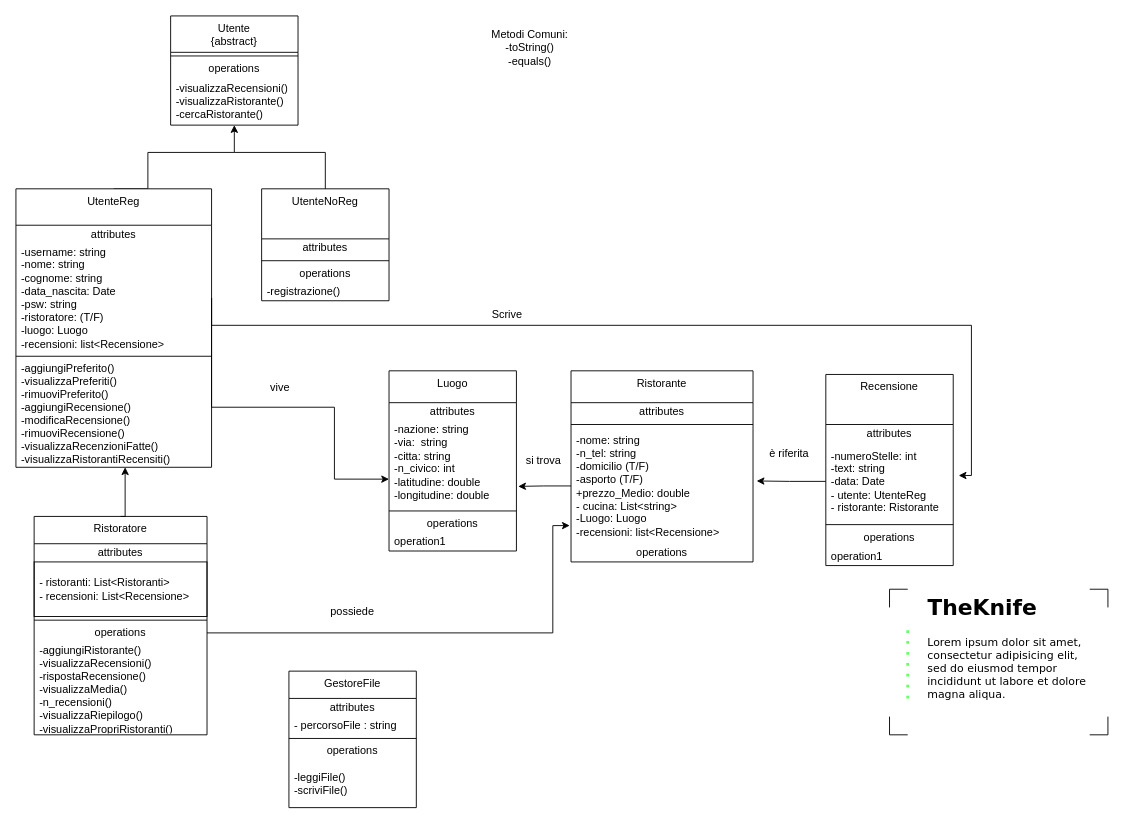
The draw.io diagram doc/UML.drawio in Tommaso-Ossuzio/TheKnife, before the edit. Source tidied: cells renumbered, new cells numbered last; positions are measured from the earlier drawing's top-left corner, leaving out a move shared by most shapes. Both pictures are drawn from the tidied source at 91%, with x=0, y=0 at pixel (15, 15).
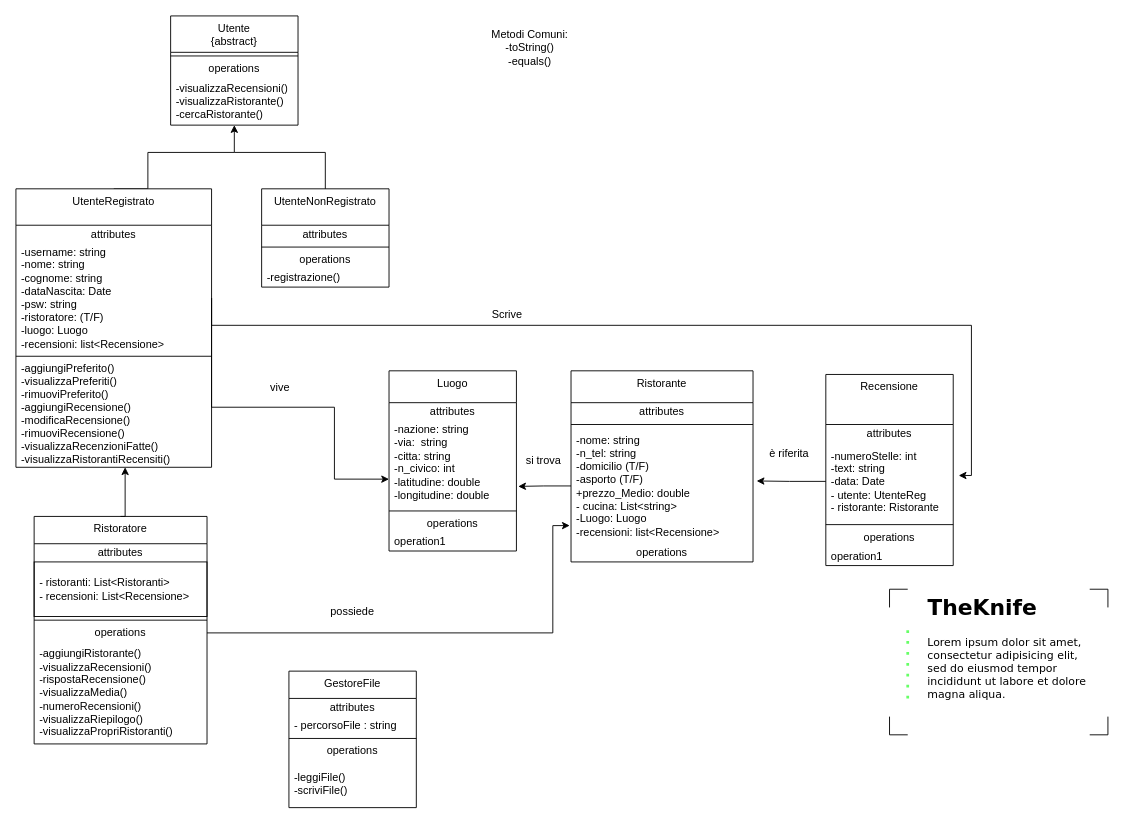
The same page after the edit.

Commit message (it also covers changes not shown here):
Implementazione Classe Ristoratore, modifica metodi classe utente/utentiReg /nonReg

Diff of the diagram source:
```diff
@@
-    <mxCell id="31" value="UtenteReg" style="swimlane;fontStyle=0;align=center;verticalAlign=top;horizontal=1;startSize=40;html=1;whiteSpace=wrap;" parent="1" vertex="1">
+    <mxCell id="31" value="UtenteRegistrato" style="swimlane;fontStyle=0;align=center;verticalAlign=top;horizontal=1;startSize=40;html=1;whiteSpace=wrap;" parent="1" vertex="1">
       <mxGeometry y="190" width="215" height="306" as="geometry" />
     </mxCell>
@@
-    <mxCell id="33" value="&lt;div&gt;&lt;span style=&quot;color: light-dark(rgb(0, 0, 0), rgb(255, 255, 255)); background-color: transparent;&quot;&gt;-username: string&lt;/span&gt;&lt;/div&gt;&lt;div&gt;&lt;span style=&quot;color: light-dark(rgb(0, 0, 0), rgb(255, 255, 255)); background-color: transparent;&quot;&gt;-nome: string&lt;/span&gt;&lt;/div&gt;&lt;div style=&quot;&quot;&gt;&lt;font style=&quot;color: light-dark(rgb(0, 0, 0), rgb(255, 255, 255));&quot;&gt;-cognome: string&lt;/font&gt;&lt;/div&gt;&lt;div style=&quot;&quot;&gt;&lt;font style=&quot;color: light-dark(rgb(0, 0, 0), rgb(255, 255, 255));&quot;&gt;-data_nascita: Date&lt;/font&gt;&lt;/div&gt;&lt;div style=&quot;&quot;&gt;&lt;font style=&quot;color: light-dark(rgb(0, 0, 0), rgb(255, 255, 255));&quot;&gt;-psw: string&lt;/font&gt;&lt;/div&gt;&lt;div style=&quot;&quot;&gt;&lt;font style=&quot;color: light-dark(rgb(0, 0, 0), rgb(255, 255, 255));&quot;&gt;-ristoratore: (T/F)&lt;/font&gt;&lt;/div&gt;&lt;div style=&quot;&quot;&gt;&lt;font style=&quot;&quot;&gt;-luogo: Luogo&lt;font color=&quot;#7f7f7f&quot;&gt;&amp;nbsp;&lt;/font&gt;&lt;/font&gt;&lt;/div&gt;&lt;div style=&quot;&quot;&gt;&lt;font style=&quot;&quot;&gt;-recensioni: list&amp;lt;Recensione&amp;gt;&lt;/font&gt;&lt;/div&gt;" style="text;html=1;strokeColor=none;fillColor=none;align=left;verticalAlign=middle;spacingLeft=4;spacingRight=4;overflow=hidden;points=[[0,0.5],[1,0.5]];portConstraint=eastwest;whiteSpace=wrap;" parent="31" vertex="1">
+    <mxCell id="33" value="&lt;div&gt;&lt;span style=&quot;color: light-dark(rgb(0, 0, 0), rgb(255, 255, 255)); background-color: transparent;&quot;&gt;-username: string&lt;/span&gt;&lt;/div&gt;&lt;div&gt;&lt;span style=&quot;color: light-dark(rgb(0, 0, 0), rgb(255, 255, 255)); background-color: transparent;&quot;&gt;-nome: string&lt;/span&gt;&lt;/div&gt;&lt;div style=&quot;&quot;&gt;&lt;font style=&quot;color: light-dark(rgb(0, 0, 0), rgb(255, 255, 255));&quot;&gt;-cognome: string&lt;/font&gt;&lt;/div&gt;&lt;div style=&quot;&quot;&gt;&lt;font style=&quot;color: light-dark(rgb(0, 0, 0), rgb(255, 255, 255));&quot;&gt;-dataNascita: Date&lt;/font&gt;&lt;/div&gt;&lt;div style=&quot;&quot;&gt;&lt;font style=&quot;color: light-dark(rgb(0, 0, 0), rgb(255, 255, 255));&quot;&gt;-psw: string&lt;/font&gt;&lt;/div&gt;&lt;div style=&quot;&quot;&gt;&lt;font style=&quot;color: light-dark(rgb(0, 0, 0), rgb(255, 255, 255));&quot;&gt;-ristoratore: (T/F)&lt;/font&gt;&lt;/div&gt;&lt;div style=&quot;&quot;&gt;&lt;font style=&quot;&quot;&gt;-luogo: Luogo&lt;font color=&quot;#7f7f7f&quot;&gt;&amp;nbsp;&lt;/font&gt;&lt;/font&gt;&lt;/div&gt;&lt;div style=&quot;&quot;&gt;&lt;font style=&quot;&quot;&gt;-recensioni: list&amp;lt;Recensione&amp;gt;&lt;/font&gt;&lt;/div&gt;" style="text;html=1;strokeColor=none;fillColor=none;align=left;verticalAlign=middle;spacingLeft=4;spacingRight=4;overflow=hidden;points=[[0,0.5],[1,0.5]];portConstraint=eastwest;whiteSpace=wrap;" parent="31" vertex="1">
       <mxGeometry y="60" width="215" height="120" as="geometry" />
     </mxCell>
@@
-    <mxCell id="36" value="&lt;span style=&quot;text-align: left;&quot;&gt;UtenteNoReg&lt;/span&gt;" style="swimlane;fontStyle=0;align=center;verticalAlign=top;horizontal=1;startSize=55;html=1;whiteSpace=wrap;" parent="1" vertex="1">
-      <mxGeometry x="270" y="190" width="140" height="123" as="geometry" />
+    <mxCell id="36" value="&lt;span style=&quot;text-align: left;&quot;&gt;UtenteNonRegistrato&lt;/span&gt;" style="swimlane;fontStyle=0;align=center;verticalAlign=top;horizontal=1;startSize=40;html=1;whiteSpace=wrap;" parent="1" vertex="1">
+      <mxGeometry x="270" y="190" width="140" height="108" as="geometry" />
     </mxCell>
     <mxCell id="37" value="attributes" style="text;html=1;strokeColor=none;fillColor=none;align=center;verticalAlign=middle;spacingLeft=4;spacingRight=4;overflow=hidden;whiteSpace=wrap;" parent="36" vertex="1">
-      <mxGeometry y="55" width="140" height="20" as="geometry" />
+      <mxGeometry y="40" width="140" height="20" as="geometry" />
     </mxCell>
     <mxCell id="38" style="line;strokeWidth=1;fillColor=none;align=left;verticalAlign=middle;spacingTop=-1;spacingLeft=3;spacingRight=3;labelPosition=right;" parent="36" vertex="1">
-      <mxGeometry y="75" width="140" height="8" as="geometry" />
+      <mxGeometry y="60" width="140" height="8" as="geometry" />
     </mxCell>
     <mxCell id="39" value="operations" style="text;html=1;strokeColor=none;fillColor=none;align=center;verticalAlign=middle;spacingLeft=4;spacingRight=4;overflow=hidden;whiteSpace=wrap;" parent="36" vertex="1">
-      <mxGeometry y="83" width="140" height="20" as="geometry" />
+      <mxGeometry y="68" width="140" height="20" as="geometry" />
     </mxCell>
     <mxCell id="40" value="-registrazione()" style="text;html=1;strokeColor=none;fillColor=none;align=left;verticalAlign=middle;spacingLeft=4;spacingRight=4;overflow=hidden;whiteSpace=wrap;" parent="36" vertex="1">
-      <mxGeometry y="103" width="140" height="20" as="geometry" />
+      <mxGeometry y="88" width="140" height="20" as="geometry" />
     </mxCell>
     <mxCell id="41" value="Ristoratore" style="swimlane;fontStyle=0;align=center;verticalAlign=top;horizontal=1;startSize=30;html=1;whiteSpace=wrap;" parent="1" vertex="1">
-      <mxGeometry x="20" y="550" width="190" height="240" as="geometry" />
+      <mxGeometry x="20" y="550" width="190" height="250" as="geometry" />
     </mxCell>
@@
-    <mxCell id="46" value="-aggiungiRistorante()&lt;div&gt;-visualizzaRecensioni()&lt;/div&gt;&lt;div&gt;-rispostaRecensione()&lt;/div&gt;&lt;div&gt;-visualizzaMedia()&lt;/div&gt;&lt;div&gt;-n_recensioni()&lt;/div&gt;&lt;div&gt;-visualizzaRiepilogo()&lt;/div&gt;&lt;div&gt;-visualizzaPropriRistoranti()&lt;/div&gt;" style="text;html=1;strokeColor=none;fillColor=none;align=left;verticalAlign=middle;spacingLeft=4;spacingRight=4;overflow=hidden;whiteSpace=wrap;" parent="41" vertex="1">
-      <mxGeometry y="138" width="190" height="102" as="geometry" />
+    <mxCell id="46" value="-aggiungiRistorante()&lt;div&gt;-visualizzaRecensioni()&lt;/div&gt;&lt;div&gt;-rispostaRecensione()&lt;/div&gt;&lt;div&gt;-visualizzaMedia()&lt;/div&gt;&lt;div&gt;-numeroRecensioni()&lt;/div&gt;&lt;div&gt;-visualizzaRiepilogo()&lt;/div&gt;&lt;div&gt;-visualizzaPropriRistoranti()&lt;/div&gt;" style="text;html=1;strokeColor=none;fillColor=none;align=left;verticalAlign=middle;spacingLeft=4;spacingRight=4;overflow=hidden;whiteSpace=wrap;" parent="41" vertex="1">
+      <mxGeometry y="138" width="190" height="112" as="geometry" />
     </mxCell>
```
